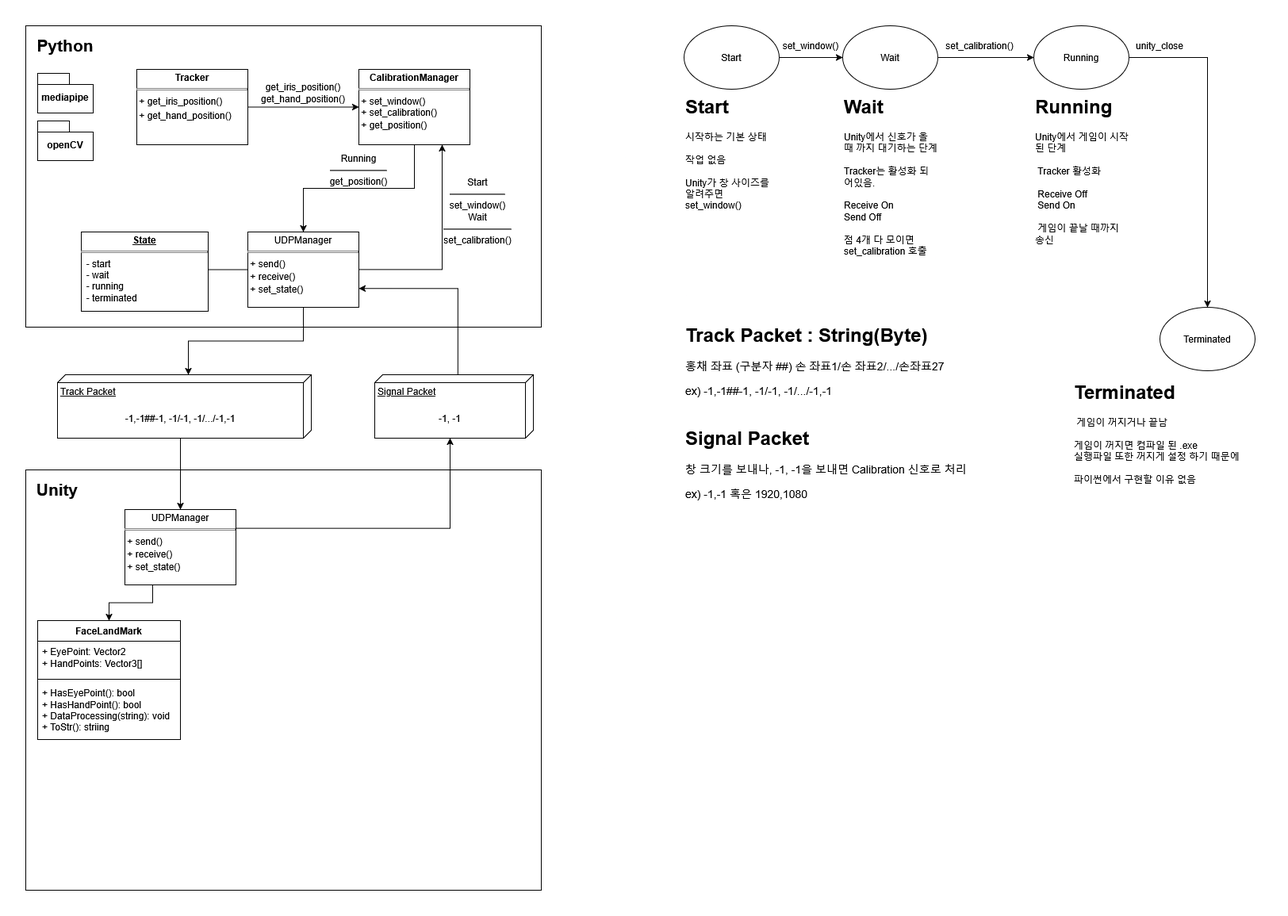
Before: I_Tracker_flowchart.png, a diagram exported from draw.io (ZiLA3/I_Tracker). Source tidied: cells renumbered, new cells last; positions are measured from the earlier drawing's top-left corner, leaving out a move shared by most shapes.
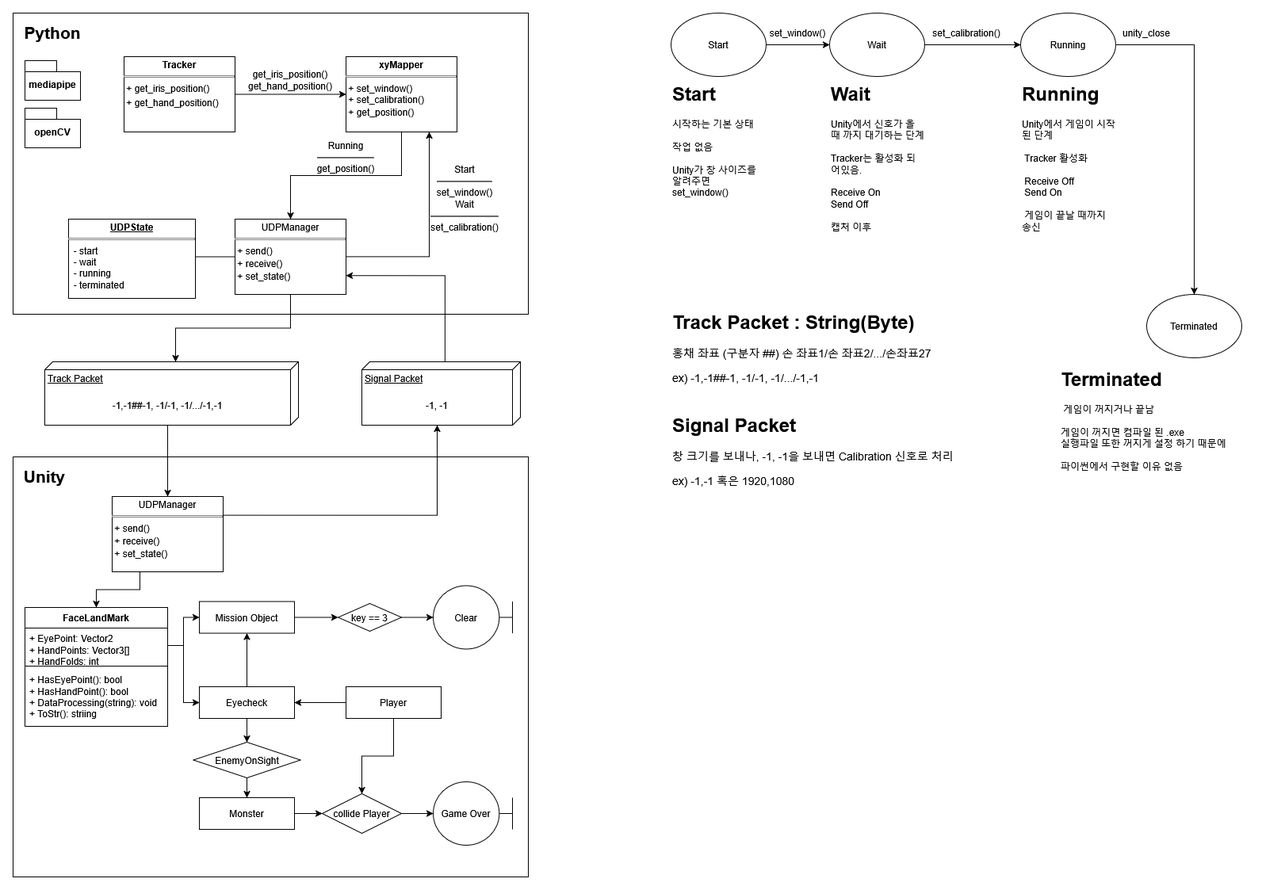
Above is the later version.

Diff of the diagram source:
```diff
@@ -44,7 +44,7 @@
     <mxCell id="15" style="edgeStyle=orthogonalEdgeStyle;rounded=0;jettySize=auto;html=1;entryX=0.5;entryY=0;entryDx=0;entryDy=0;" parent="1" edge="1" source="16" target="14">
       <mxGeometry relative="1" as="geometry" />
     </mxCell>
-    <mxCell id="16" value="&lt;p style=&quot;margin:0px;margin-top:4px;text-align:center;&quot;&gt;&lt;font&gt;&lt;b&gt;CalibrationManager&lt;/b&gt;&lt;/font&gt;&lt;/p&gt;&lt;hr size=&quot;1&quot; style=&quot;border-style:solid;&quot;&gt;&lt;div style=&quot;height:2px;&quot;&gt;&lt;font&gt;&amp;nbsp;+ set_window()&lt;br&gt;&amp;nbsp;+ set_calibration()&lt;/font&gt;&lt;/div&gt;&lt;div style=&quot;height:2px;&quot;&gt;&lt;font&gt;&lt;br&gt;&lt;br&gt;&amp;nbsp;+ get_position()&lt;/font&gt;&lt;/div&gt;" style="verticalAlign=top;align=left;overflow=fill;html=1;whiteSpace=wrap;" parent="1" vertex="1">
+    <mxCell id="16" value="&lt;p style=&quot;margin:0px;margin-top:4px;text-align:center;&quot;&gt;&lt;b&gt;xyMapper&lt;/b&gt;&lt;/p&gt;&lt;hr size=&quot;1&quot; style=&quot;border-style:solid;&quot;&gt;&lt;div style=&quot;height:2px;&quot;&gt;&lt;font&gt;&amp;nbsp;+ set_window()&lt;br&gt;&amp;nbsp;+ set_calibration()&lt;/font&gt;&lt;/div&gt;&lt;div style=&quot;height:2px;&quot;&gt;&lt;font&gt;&lt;br&gt;&lt;br&gt;&amp;nbsp;+ get_position()&lt;/font&gt;&lt;/div&gt;" style="verticalAlign=top;align=left;overflow=fill;html=1;whiteSpace=wrap;" parent="1" vertex="1">
       <mxGeometry x="420" y="55" width="140" height="95" as="geometry" />
     </mxCell>
     <mxCell id="17" style="edgeStyle=orthogonalEdgeStyle;rounded=0;jettySize=auto;html=1;exitX=0.5;exitY=1;exitDx=0;exitDy=0;entryX=0;entryY=0;entryDx=0;entryDy=155;entryPerimeter=0;" parent="1" edge="1" source="14" target="5">
@@ -56,7 +56,7 @@
     <mxCell id="19" value="&lt;div&gt;Running&lt;/div&gt;&lt;div&gt;&lt;hr&gt;get_position()&lt;/div&gt;" style="text;html=1;align=center;verticalAlign=middle;whiteSpace=wrap;rounded=0;" parent="1" vertex="1">
       <mxGeometry x="380" y="167" width="80" height="30" as="geometry" />
     </mxCell>
-    <mxCell id="20" value="&lt;p style=&quot;margin: 4px 0px 0px; text-align: center; text-decoration: underline;&quot;&gt;&lt;b&gt;State&lt;/b&gt;&lt;/p&gt;&lt;hr size=&quot;1&quot; style=&quot;border-style:solid;&quot;&gt;&lt;div&gt;&amp;nbsp; - start&lt;/div&gt;&lt;div&gt;&amp;nbsp; - wait&lt;/div&gt;&lt;div&gt;&amp;nbsp; - running&lt;/div&gt;&lt;div&gt;&amp;nbsp; - terminated&lt;/div&gt;" style="verticalAlign=top;align=left;overflow=fill;html=1;whiteSpace=wrap;" parent="1" vertex="1">
+    <mxCell id="20" value="&lt;p style=&quot;margin: 4px 0px 0px; text-align: center; text-decoration: underline;&quot;&gt;&lt;b&gt;UDPState&lt;/b&gt;&lt;/p&gt;&lt;hr size=&quot;1&quot; style=&quot;border-style:solid;&quot;&gt;&lt;div&gt;&amp;nbsp; - start&lt;/div&gt;&lt;div&gt;&amp;nbsp; - wait&lt;/div&gt;&lt;div&gt;&amp;nbsp; - running&lt;/div&gt;&lt;div&gt;&amp;nbsp; - terminated&lt;/div&gt;" style="verticalAlign=top;align=left;overflow=fill;html=1;whiteSpace=wrap;" parent="1" vertex="1">
       <mxGeometry x="70" y="260" width="160" height="100" as="geometry" />
     </mxCell>
     <mxCell id="21" style="line;strokeWidth=1;fillColor=none;align=left;verticalAlign=middle;spacingTop=-1;spacingLeft=3;spacingRight=3;labelPosition=right;strokeColor=inherit;" parent="1" vertex="1">
@@ -101,7 +101,7 @@
     <mxCell id="34" value="unity_close" style="text;html=1;align=center;verticalAlign=middle;whiteSpace=wrap;rounded=0;" parent="1" vertex="1">
       <mxGeometry x="1400" y="10" width="60" height="30" as="geometry" />
     </mxCell>
-    <mxCell id="35" value="&lt;h1 style=&quot;margin-top: 0px;&quot;&gt;Wait&lt;/h1&gt;&lt;div&gt;Unity에서 신호가 올 때 까지 대기하는 단계&lt;/div&gt;&lt;div&gt;&lt;br&gt;&lt;/div&gt;&lt;div&gt;Tracker는 활성화 되어있음.&lt;/div&gt;&lt;div&gt;&lt;br&gt;&lt;/div&gt;&lt;div&gt;Receive On&lt;/div&gt;&lt;div&gt;Send Off&lt;/div&gt;&lt;div&gt;&lt;br&gt;&lt;/div&gt;&lt;div&gt;점 4개 다 모이면set_calibration 호출&lt;/div&gt;" style="text;html=1;whiteSpace=wrap;overflow=hidden;rounded=0;" parent="1" vertex="1">
+    <mxCell id="35" value="&lt;h1 style=&quot;margin-top: 0px;&quot;&gt;Wait&lt;/h1&gt;&lt;div&gt;Unity에서 신호가 올 때 까지 대기하는 단계&lt;/div&gt;&lt;div&gt;&lt;br&gt;&lt;/div&gt;&lt;div&gt;Tracker는 활성화 되어있음.&lt;/div&gt;&lt;div&gt;&lt;br&gt;&lt;/div&gt;&lt;div&gt;Receive On&lt;/div&gt;&lt;div&gt;Send Off&lt;/div&gt;&lt;div&gt;&lt;br&gt;&lt;/div&gt;&lt;div&gt;캡처 이후&amp;nbsp;&lt;/div&gt;" style="text;html=1;whiteSpace=wrap;overflow=hidden;rounded=0;" parent="1" vertex="1">
       <mxGeometry x="1030" y="81.5" width="120" height="230" as="geometry" />
     </mxCell>
     <mxCell id="36" value="&lt;h1 style=&quot;margin-top: 0px;&quot;&gt;Running&lt;/h1&gt;&lt;div&gt;Unity에서 게임이 시작된 단계&lt;/div&gt;&lt;div&gt;&amp;nbsp;&lt;br&gt;&lt;/div&gt;&lt;div&gt;&amp;nbsp;Tracker 활성화&lt;/div&gt;&lt;div&gt;&lt;br&gt;&lt;/div&gt;&lt;div&gt;&amp;nbsp;Receive Off&lt;/div&gt;&lt;div&gt;&amp;nbsp;Send On&lt;/div&gt;&lt;div&gt;&lt;br&gt;&lt;/div&gt;&lt;div&gt;&amp;nbsp;게임이 끝날 때까지 송신&lt;/div&gt;" style="text;html=1;whiteSpace=wrap;overflow=hidden;rounded=0;" parent="1" vertex="1">
@@ -137,7 +137,7 @@
     <mxCell id="46" value="FaceLandMark" style="swimlane;fontStyle=1;align=center;verticalAlign=top;horizontal=1;startSize=26;whiteSpace=wrap;html=1;" parent="1" vertex="1">
       <mxGeometry x="15" y="750" width="180" height="150" as="geometry" />
     </mxCell>
-    <mxCell id="47" value="&lt;div&gt;+ EyePoint: Vector2&lt;/div&gt;&lt;div&gt;+ HandPoints: Vector3[]&lt;/div&gt;" style="text;strokeColor=none;fillColor=none;align=left;verticalAlign=top;spacingLeft=4;spacingRight=4;overflow=hidden;points=[[0,0.5],[1,0.5]];portConstraint=eastwest;whiteSpace=wrap;html=1;" parent="46" vertex="1">
+    <mxCell id="47" value="&lt;div&gt;+ EyePoint: Vector2&lt;/div&gt;&lt;div&gt;+ HandPoints: Vector3[]&lt;/div&gt;&lt;div&gt;+ HandFolds: int&lt;/div&gt;" style="text;strokeColor=none;fillColor=none;align=left;verticalAlign=top;spacingLeft=4;spacingRight=4;overflow=hidden;points=[[0,0.5],[1,0.5]];portConstraint=eastwest;whiteSpace=wrap;html=1;" parent="46" vertex="1">
       <mxGeometry y="26" width="180" height="44" as="geometry" />
     </mxCell>
     <mxCell id="48" style="line;strokeWidth=1;fillColor=none;align=left;verticalAlign=middle;spacingTop=-1;spacingLeft=3;spacingRight=3;labelPosition=right;strokeColor=inherit;" parent="46" vertex="1">
@@ -146,5 +146,65 @@
     <mxCell id="49" value="&lt;div&gt;+ HasEyePoint(): bool&lt;/div&gt;&lt;div&gt;+ HasHandPoint(): bool&lt;/div&gt;&lt;div&gt;+ DataProcessing(string): void&lt;/div&gt;&lt;div&gt;+ ToStr(): striing&lt;/div&gt;" style="text;strokeColor=none;fillColor=none;align=left;verticalAlign=top;spacingLeft=4;spacingRight=4;overflow=hidden;whiteSpace=wrap;html=1;" parent="46" vertex="1">
       <mxGeometry y="78" width="180" height="72" as="geometry" />
     </mxCell>
+    <mxCell id="50" style="edgeStyle=orthogonalEdgeStyle;rounded=0;jettySize=auto;html=1;exitX=1;exitY=0.5;exitDx=0;exitDy=0;entryX=0;entryY=0.5;entryDx=0;entryDy=0;" parent="1" edge="1" source="47" target="56">
+      <mxGeometry relative="1" as="geometry" />
+    </mxCell>
+    <mxCell id="51" style="edgeStyle=orthogonalEdgeStyle;rounded=0;jettySize=auto;html=1;" parent="1" edge="1" source="53" target="56">
+      <mxGeometry relative="1" as="geometry" />
+    </mxCell>
+    <mxCell id="52" style="edgeStyle=orthogonalEdgeStyle;rounded=0;jettySize=auto;html=1;" parent="1" edge="1" source="53" target="61">
+      <mxGeometry relative="1" as="geometry" />
+    </mxCell>
+    <mxCell id="53" value="Eyecheck" style="html=1;whiteSpace=wrap;" parent="1" vertex="1">
+      <mxGeometry x="235" y="850" width="120" height="40" as="geometry" />
+    </mxCell>
+    <mxCell id="54" style="edgeStyle=orthogonalEdgeStyle;rounded=0;jettySize=auto;html=1;exitX=1;exitY=0.5;exitDx=0;exitDy=0;entryX=0;entryY=0.5;entryDx=0;entryDy=0;" parent="1" edge="1" source="47" target="53">
+      <mxGeometry relative="1" as="geometry" />
+    </mxCell>
+    <mxCell id="55" style="edgeStyle=orthogonalEdgeStyle;rounded=0;jettySize=auto;html=1;" parent="1" edge="1" source="56" target="59">
+      <mxGeometry relative="1" as="geometry" />
+    </mxCell>
+    <mxCell id="56" value="Mission Object" style="html=1;whiteSpace=wrap;" parent="1" vertex="1">
+      <mxGeometry x="235" y="742.5" width="120" height="40" as="geometry" />
+    </mxCell>
+    <mxCell id="57" value="Clear" style="shape=umlBoundary;whiteSpace=wrap;html=1;flipH=1;" parent="1" vertex="1">
+      <mxGeometry x="530" y="722.5" width="100" height="80" as="geometry" />
+    </mxCell>
+    <mxCell id="58" style="edgeStyle=orthogonalEdgeStyle;rounded=0;jettySize=auto;html=1;" parent="1" edge="1" source="59" target="57">
+      <mxGeometry relative="1" as="geometry" />
+    </mxCell>
+    <mxCell id="59" value="key == 3" style="rhombus;whiteSpace=wrap;html=1;" parent="1" vertex="1">
+      <mxGeometry x="410" y="745" width="80" height="35" as="geometry" />
+    </mxCell>
+    <mxCell id="60" style="edgeStyle=orthogonalEdgeStyle;rounded=0;jettySize=auto;html=1;" parent="1" edge="1" source="61" target="63">
+      <mxGeometry relative="1" as="geometry" />
+    </mxCell>
+    <mxCell id="61" value="EnemyOnSight" style="rhombus;whiteSpace=wrap;html=1;" parent="1" vertex="1">
+      <mxGeometry x="227.5" y="920" width="135" height="45" as="geometry" />
+    </mxCell>
+    <mxCell id="62" style="edgeStyle=orthogonalEdgeStyle;rounded=0;jettySize=auto;html=1;" parent="1" edge="1" source="63" target="65">
+      <mxGeometry relative="1" as="geometry" />
+    </mxCell>
+    <mxCell id="63" value="Monster" style="whiteSpace=wrap;html=1;" parent="1" vertex="1">
+      <mxGeometry x="235" y="990" width="120" height="40" as="geometry" />
+    </mxCell>
+    <mxCell id="64" style="edgeStyle=orthogonalEdgeStyle;rounded=0;jettySize=auto;html=1;" parent="1" edge="1" source="65" target="66">
+      <mxGeometry relative="1" as="geometry" />
+    </mxCell>
+    <mxCell id="65" value="collide Player" style="rhombus;whiteSpace=wrap;html=1;" parent="1" vertex="1">
+      <mxGeometry x="390" y="985" width="100" height="50" as="geometry" />
+    </mxCell>
+    <mxCell id="66" value="Game Over" style="shape=umlBoundary;whiteSpace=wrap;html=1;flipH=1;" parent="1" vertex="1">
+      <mxGeometry x="530" y="970" width="100" height="80" as="geometry" />
+    </mxCell>
+    <mxCell id="67" style="edgeStyle=orthogonalEdgeStyle;rounded=0;jettySize=auto;html=1;" parent="1" edge="1" source="69" target="53">
+      <mxGeometry relative="1" as="geometry" />
+    </mxCell>
+    <mxCell id="68" style="edgeStyle=orthogonalEdgeStyle;rounded=0;jettySize=auto;html=1;entryX=0.5;entryY=0;entryDx=0;entryDy=0;" parent="1" edge="1" source="69" target="65">
+      <mxGeometry relative="1" as="geometry" />
+    </mxCell>
+    <mxCell id="69" value="Player" style="html=1;whiteSpace=wrap;" parent="1" vertex="1">
+      <mxGeometry x="420" y="850" width="120" height="40" as="geometry" />
+    </mxCell>
   </root>
 </mxGraphModel>
```
